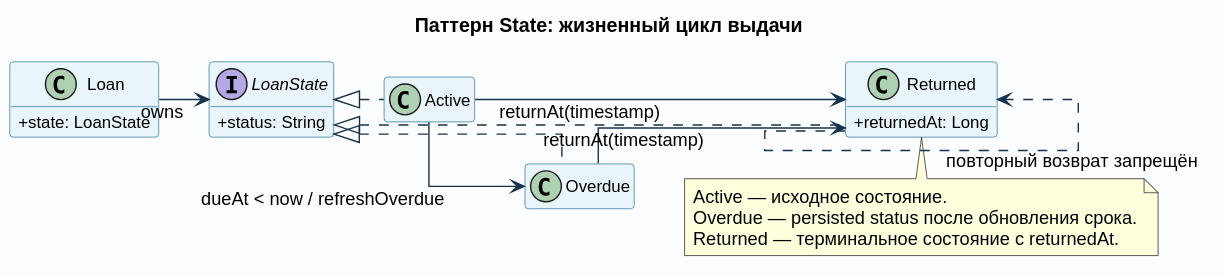
Earlier version of the PlantUML export docs/images/pattern_state.svg (pank-suai/course-oop-library).
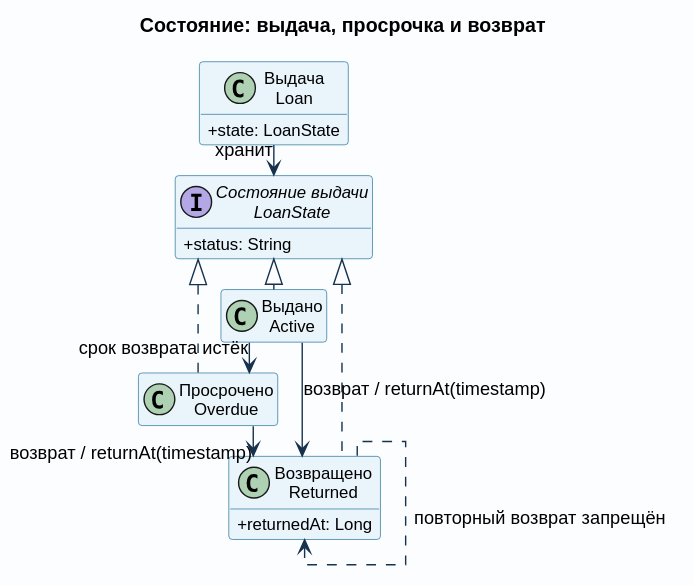
After the change.

The edit, as a diff of the source:
```diff
@@ -1,5 +1,5 @@
 @startuml
-left to right direction
+top to bottom direction
 skinparam backgroundColor #FBFDFF
 skinparam shadowing false
 skinparam defaultFontName Arial
@@ -8,8 +8,8 @@
 skinparam classAttributeIconSize 0
 skinparam packageStyle rectangle
 skinparam linetype ortho
-skinparam nodesep 30
-skinparam ranksep 36
+skinparam nodesep 12
+skinparam ranksep 22
 skinparam ArrowColor #17324D
 skinparam ClassBorderColor #24739B
 skinparam ClassBackgroundColor #E9F4FB
@@ -17,31 +17,26 @@
 skinparam InterfaceBackgroundColor #F0EDFA
 hide empty members
 
-title Паттерн State: жизненный цикл выдачи
+title Состояние: выдача, просрочка и возврат
 
-class Loan {
+class "Выдача\nLoan" as Loan {
   +state: LoanState
 }
-interface LoanState {
+interface "Состояние выдачи\nLoanState" as LoanState {
   +status: String
 }
-class Active
-class Overdue
-class Returned {
+class "Выдано\nActive" as Active
+class "Просрочено\nOverdue" as Overdue
+class "Возвращено\nReturned" as Returned {
   +returnedAt: Long
 }
 
-Loan --> LoanState : owns
+Loan --> LoanState : хранит
 LoanState <|.. Active
 LoanState <|.. Overdue
 LoanState <|.. Returned
-Active --> Overdue : dueAt < now / refreshOverdue
-Active --> Returned : returnAt(timestamp)
-Overdue --> Returned : returnAt(timestamp)
+Active --> Overdue : срок возврата истёк
+Active --> Returned : возврат / returnAt(timestamp)
+Overdue --> Returned : возврат / returnAt(timestamp)
 Returned ..> Returned : повторный возврат запрещён
-note bottom
-  Active — исходное состояние.
-  Overdue — persisted status после обновления срока.
-  Returned — терминальное состояние с returnedAt.
-end note
 @enduml
```
